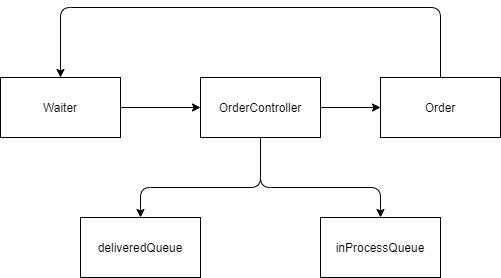
This is images/WaiterChart1.png from nsnyder1992/OrderProcessingSystem, a draw.io export, as it was before one commit. Source tidied: cells renumbered, new cells last; positions are measured from the earlier drawing's top-left corner, leaving out a move shared by most shapes. Its diagram source:
```xml
<mxGraphModel>
  <root>
    <mxCell id="0" />
    <mxCell id="1" parent="0" />
    <mxCell id="2" value="Waiter" style="rounded=0;whiteSpace=wrap;html=1;" parent="1" vertex="1">
      <mxGeometry y="70" width="120" height="60" as="geometry" />
    </mxCell>
    <mxCell id="3" style="edgeStyle=orthogonalEdgeStyle;rounded=0;jettySize=auto;html=1;" parent="1" edge="1" source="4" target="6">
      <mxGeometry relative="1" as="geometry" />
    </mxCell>
    <mxCell id="4" value="OrderController" style="rounded=0;whiteSpace=wrap;html=1;" parent="1" vertex="1">
      <mxGeometry x="200" y="70" width="120" height="60" as="geometry" />
    </mxCell>
    <mxCell id="5" style="endArrow=classic;html=1;exitX=1;exitY=0.5;exitDx=0;exitDy=0;entryX=0;entryY=0.5;entryDx=0;entryDy=0;" parent="1" edge="1" source="2" target="4">
      <mxGeometry relative="1" as="geometry" />
    </mxCell>
    <mxCell id="6" value="Order" style="rounded=0;whiteSpace=wrap;html=1;" parent="1" vertex="1">
      <mxGeometry x="380" y="70" width="120" height="60" as="geometry" />
    </mxCell>
    <mxCell id="7" value="inProcessQueue" style="rounded=0;whiteSpace=wrap;html=1;" parent="1" vertex="1">
      <mxGeometry x="320" y="210" width="120" height="60" as="geometry" />
    </mxCell>
    <mxCell id="8" style="endArrow=classic;html=1;exitX=0.5;exitY=1;exitDx=0;exitDy=0;entryX=0.5;entryY=0;entryDx=0;entryDy=0;" parent="1" edge="1" source="4" target="7">
      <mxGeometry relative="1" as="geometry">
        <Array as="points">
          <mxPoint x="260" y="180" />
          <mxPoint x="380" y="180" />
        </Array>
      </mxGeometry>
    </mxCell>
    <mxCell id="9" style="endArrow=classic;html=1;exitX=0.5;exitY=0;exitDx=0;exitDy=0;entryX=0.5;entryY=0;entryDx=0;entryDy=0;" parent="1" edge="1" source="6" target="2">
      <mxGeometry relative="1" as="geometry">
        <Array as="points">
          <mxPoint x="440" />
          <mxPoint x="60" />
        </Array>
      </mxGeometry>
    </mxCell>
    <mxCell id="10" value="deliveredQueue" style="rounded=0;whiteSpace=wrap;html=1;" parent="1" vertex="1">
      <mxGeometry x="80" y="210" width="120" height="60" as="geometry" />
    </mxCell>
    <mxCell id="11" style="endArrow=classic;html=1;exitX=0.5;exitY=1;exitDx=0;exitDy=0;entryX=0.5;entryY=0;entryDx=0;entryDy=0;" parent="1" edge="1" source="4" target="10">
      <mxGeometry relative="1" as="geometry">
        <Array as="points">
          <mxPoint x="260" y="180" />
          <mxPoint x="140" y="180" />
        </Array>
      </mxGeometry>
    </mxCell>
  </root>
</mxGraphModel>
```
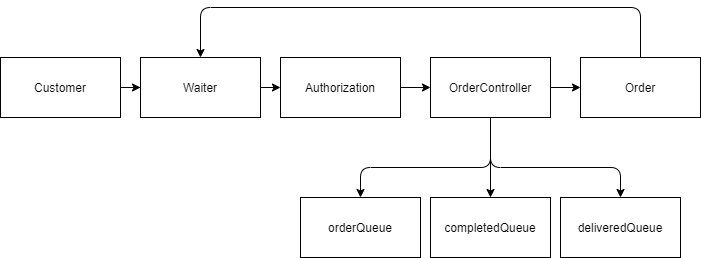
After the commit.

The edit, as a diff of the source:
```diff
@@ -3,7 +3,7 @@
     <mxCell id="0" />
     <mxCell id="1" parent="0" />
     <mxCell id="2" value="Waiter" style="rounded=0;whiteSpace=wrap;html=1;" parent="1" vertex="1">
-      <mxGeometry y="70" width="120" height="60" as="geometry" />
+      <mxGeometry x="-90" y="70" width="120" height="60" as="geometry" />
     </mxCell>
     <mxCell id="3" style="edgeStyle=orthogonalEdgeStyle;rounded=0;jettySize=auto;html=1;" parent="1" edge="1" source="4" target="6">
       <mxGeometry relative="1" as="geometry" />
@@ -11,41 +11,60 @@
     <mxCell id="4" value="OrderController" style="rounded=0;whiteSpace=wrap;html=1;" parent="1" vertex="1">
       <mxGeometry x="200" y="70" width="120" height="60" as="geometry" />
     </mxCell>
-    <mxCell id="5" style="endArrow=classic;html=1;exitX=1;exitY=0.5;exitDx=0;exitDy=0;entryX=0;entryY=0.5;entryDx=0;entryDy=0;" parent="1" edge="1" source="2" target="4">
+    <mxCell id="5" style="endArrow=classic;html=1;exitX=1;exitY=0.5;exitDx=0;exitDy=0;entryX=0;entryY=0.5;entryDx=0;entryDy=0;" parent="1" edge="1" source="12" target="4">
       <mxGeometry relative="1" as="geometry" />
     </mxCell>
     <mxCell id="6" value="Order" style="rounded=0;whiteSpace=wrap;html=1;" parent="1" vertex="1">
-      <mxGeometry x="380" y="70" width="120" height="60" as="geometry" />
+      <mxGeometry x="350" y="70" width="120" height="60" as="geometry" />
     </mxCell>
-    <mxCell id="7" value="inProcessQueue" style="rounded=0;whiteSpace=wrap;html=1;" parent="1" vertex="1">
-      <mxGeometry x="320" y="210" width="120" height="60" as="geometry" />
+    <mxCell id="7" value="deliveredQueue" style="rounded=0;whiteSpace=wrap;html=1;" parent="1" vertex="1">
+      <mxGeometry x="330" y="210" width="120" height="60" as="geometry" />
     </mxCell>
     <mxCell id="8" style="endArrow=classic;html=1;exitX=0.5;exitY=1;exitDx=0;exitDy=0;entryX=0.5;entryY=0;entryDx=0;entryDy=0;" parent="1" edge="1" source="4" target="7">
       <mxGeometry relative="1" as="geometry">
         <Array as="points">
           <mxPoint x="260" y="180" />
-          <mxPoint x="380" y="180" />
+          <mxPoint x="390" y="180" />
         </Array>
       </mxGeometry>
     </mxCell>
-    <mxCell id="9" style="endArrow=classic;html=1;exitX=0.5;exitY=0;exitDx=0;exitDy=0;entryX=0.5;entryY=0;entryDx=0;entryDy=0;" parent="1" edge="1" source="6" target="2">
+    <mxCell id="9" style="endArrow=classic;html=1;exitX=0.5;exitY=0;exitDx=0;exitDy=0;" parent="1" edge="1" source="6">
       <mxGeometry relative="1" as="geometry">
+        <mxPoint x="-30" y="70" as="targetPoint" />
         <Array as="points">
-          <mxPoint x="440" />
-          <mxPoint x="60" />
+          <mxPoint x="410" y="20" />
+          <mxPoint x="-30" y="20" />
         </Array>
       </mxGeometry>
     </mxCell>
-    <mxCell id="10" value="deliveredQueue" style="rounded=0;whiteSpace=wrap;html=1;" parent="1" vertex="1">
-      <mxGeometry x="80" y="210" width="120" height="60" as="geometry" />
+    <mxCell id="10" value="completedQueue" style="rounded=0;whiteSpace=wrap;html=1;" parent="1" vertex="1">
+      <mxGeometry x="200" y="210" width="120" height="60" as="geometry" />
     </mxCell>
+    <mxCell id="12" value="Authorization" style="rounded=0;whiteSpace=wrap;html=1;" parent="1" vertex="1">
+      <mxGeometry x="50" y="70" width="120" height="60" as="geometry" />
+    </mxCell>
+    <mxCell id="13" style="endArrow=classic;html=1;exitX=1;exitY=0.5;exitDx=0;exitDy=0;entryX=0;entryY=0.5;entryDx=0;entryDy=0;" parent="1" edge="1" source="2" target="12">
+      <mxGeometry relative="1" as="geometry" />
+    </mxCell>
     <mxCell id="11" style="endArrow=classic;html=1;exitX=0.5;exitY=1;exitDx=0;exitDy=0;entryX=0.5;entryY=0;entryDx=0;entryDy=0;" parent="1" edge="1" source="4" target="10">
-      <mxGeometry relative="1" as="geometry">
-        <Array as="points">
-          <mxPoint x="260" y="180" />
-          <mxPoint x="140" y="180" />
-        </Array>
-      </mxGeometry>
+      <mxGeometry relative="1" as="geometry" />
     </mxCell>
+    <mxCell id="14" style="edgeStyle=orthogonalEdgeStyle;rounded=0;jettySize=auto;html=1;" parent="1" edge="1" source="15" target="2">
+      <mxGeometry relative="1" as="geometry" />
+    </mxCell>
+    <mxCell id="15" value="Customer" style="rounded=0;whiteSpace=wrap;html=1;" parent="1" vertex="1">
+      <mxGeometry x="-230" y="70" width="120" height="60" as="geometry" />
+    </mxCell>
+    <mxCell id="16" value="orderQueue" style="rounded=0;whiteSpace=wrap;html=1;" parent="1" vertex="1">
+      <mxGeometry x="70" y="210" width="120" height="60" as="geometry" />
+    </mxCell>
+    <mxCell id="17" style="endArrow=classic;html=1;exitX=0.5;exitY=1;exitDx=0;exitDy=0;entryX=0.5;entryY=0;entryDx=0;entryDy=0;" parent="1" edge="1" source="4" target="16">
+      <mxGeometry relative="1" as="geometry">
+        <Array as="points">
+          <mxPoint x="260" y="180" />
+          <mxPoint x="130" y="180" />
+        </Array>
+      </mxGeometry>
+    </mxCell>
   </root>
 </mxGraphModel>
```
